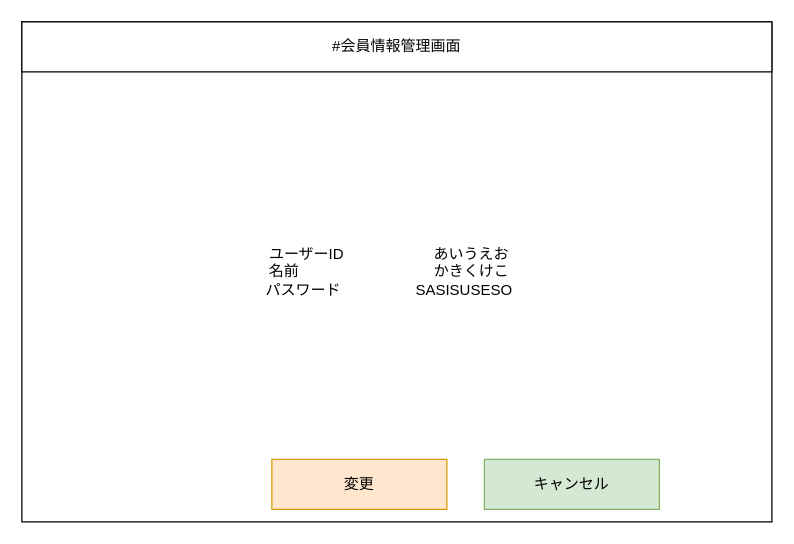
Earlier version of the draw.io diagram レイアウト図/会員画面/会員情報変更確認画面.drawio (2022java42-student009/ProjectJava). Source tidied: cells renumbered, new cells numbered last; positions are measured from the earlier drawing's top-left corner, leaving out a move shared by most shapes. Both pictures are drawn from the tidied source at 125%, with x=0, y=0 at pixel (21, 21).
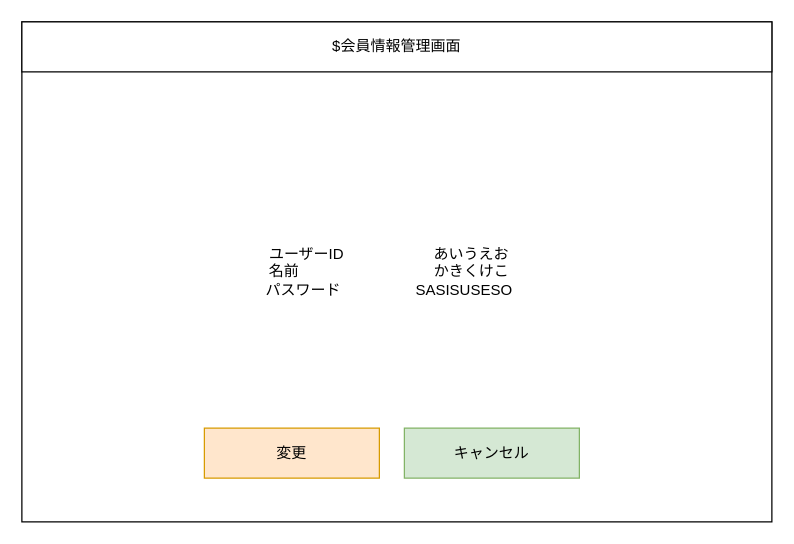
Above is the later version.

Change to the diagram source:
```diff
@@
 <mxGraphModel>
   <root>
     <mxCell id="0" />
     <mxCell id="1" parent="0" />
     <mxCell id="2" style="rounded=0;whiteSpace=wrap;html=1;" parent="1" vertex="1">
       <mxGeometry width="600" height="400" as="geometry" />
     </mxCell>
-    <mxCell id="3" value="#会員情報管理画面" style="rounded=0;whiteSpace=wrap;html=1;" parent="1" vertex="1">
+    <mxCell id="3" value="$会員情報管理画面" style="rounded=0;whiteSpace=wrap;html=1;" parent="1" vertex="1">
       <mxGeometry width="600" height="40" as="geometry" />
     </mxCell>
     <mxCell id="4" value="変更" style="rounded=0;whiteSpace=wrap;html=1;fillColor=#ffe6cc;strokeColor=#d79b00;" parent="1" vertex="1">
-      <mxGeometry x="200" y="350" width="140" height="40" as="geometry" />
+      <mxGeometry x="146" y="325" width="140" height="40" as="geometry" />
     </mxCell>
     <mxCell id="5" value="キャンセル" style="rounded=0;whiteSpace=wrap;html=1;fillColor=#d5e8d4;strokeColor=#82b366;" parent="1" vertex="1">
-      <mxGeometry x="370" y="350" width="140" height="40" as="geometry" />
+      <mxGeometry x="306" y="325" width="140" height="40" as="geometry" />
     </mxCell>
     <mxCell id="6" value="ユーザーID　　　　　　あいうえお&lt;br&gt;名前　　　　　　　　　かきくけこ&lt;br&gt;パスワード　　　　　SASISUSESO&lt;br&gt;" style="text;html=1;strokeColor=none;fillColor=none;align=center;verticalAlign=middle;whiteSpace=wrap;rounded=0;" parent="1" vertex="1">
       <mxGeometry x="149" y="125" width="290" height="150" as="geometry" />
     </mxCell>
   </root>
 </mxGraphModel>
```
